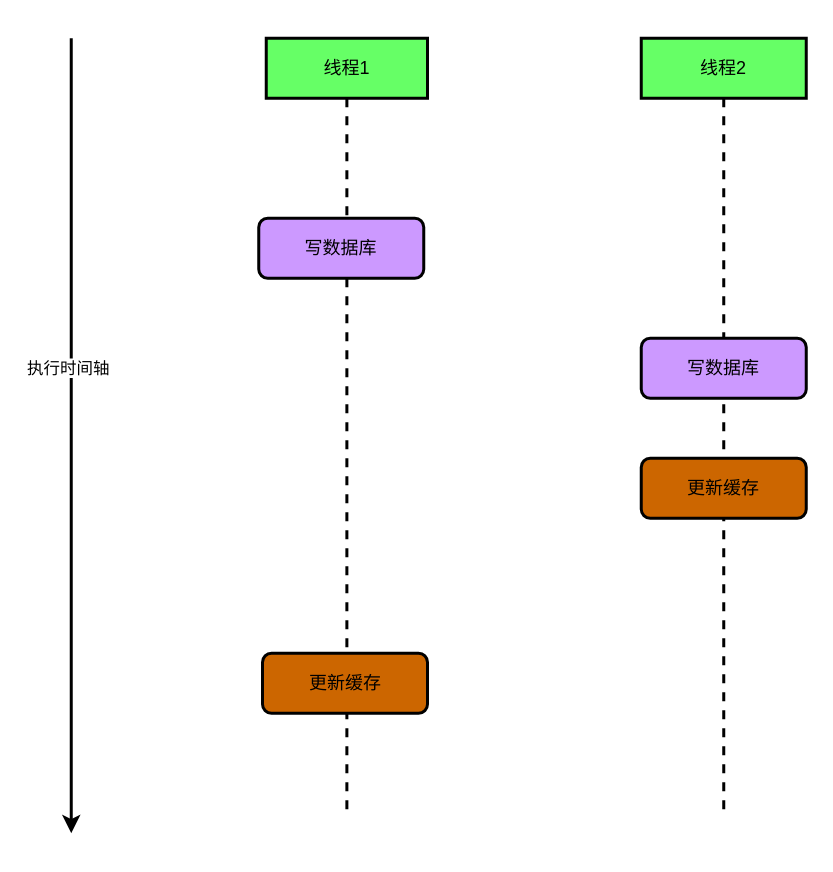
This is page "双写不一致情况" (1 of 2) of redis/缓存与数据库双写不一致.drawio from LiHuiBin1995/study-java, a draw.io file, before an edit. Source tidied: cells renumbered, new cells numbered last; positions are measured from the earlier drawing's top-left corner, leaving out a move shared by most shapes. Both pictures are drawn from the tidied source at 150%, with x=0, y=0 at pixel (70, 38).
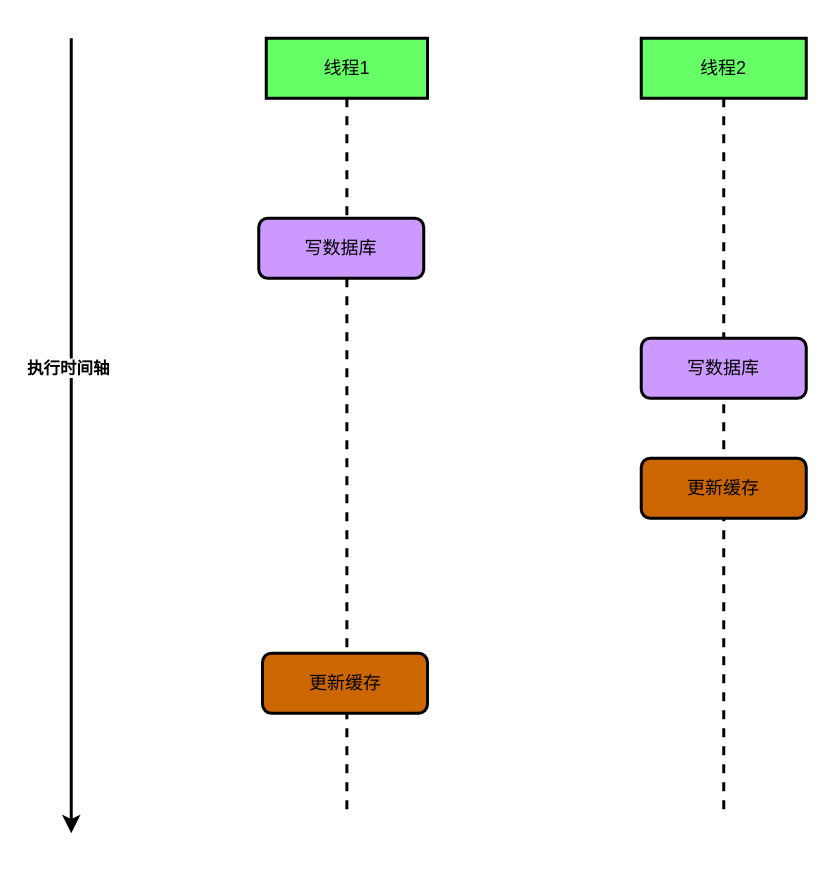
After the change.

The edit, as a diff of the source:
```diff
@@
 <mxGraphModel>
   <root>
     <mxCell id="0" />
     <mxCell id="1" parent="0" />
     <mxCell id="2" style="endArrow=classic;html=1;strokeWidth=2;" parent="1" edge="1">
       <mxGeometry relative="1" as="geometry">
         <mxPoint as="sourcePoint" />
         <mxPoint y="530" as="targetPoint" />
       </mxGeometry>
     </mxCell>
-    <mxCell id="3" value="执行时间轴" style="edgeLabel;html=1;align=center;verticalAlign=middle;" parent="2" vertex="1">
+    <mxCell id="3" value="执行时间轴" style="edgeLabel;html=1;align=center;verticalAlign=middle;fontStyle=1;" parent="2" vertex="1">
       <mxGeometry x="-0.23" y="-3" relative="1" as="geometry">
         <mxPoint y="15" as="offset" />
       </mxGeometry>
     </mxCell>
     <mxCell id="4" value="线程1" style="shape=umlLifeline;perimeter=lifelinePerimeter;whiteSpace=wrap;html=1;fillColor=#66FF66;strokeWidth=2;" parent="1" vertex="1">
       <mxGeometry x="130" width="107.5" height="520" as="geometry" />
     </mxCell>
     <mxCell id="5" value="写数据库" style="rounded=1;whiteSpace=wrap;html=1;fillColor=#CC99FF;strokeWidth=2;" parent="4" vertex="1">
       <mxGeometry x="-5" y="120" width="110" height="40" as="geometry" />
     </mxCell>
     <mxCell id="6" value="更新缓存" style="rounded=1;whiteSpace=wrap;html=1;fillColor=#CC6600;strokeWidth=2;" parent="4" vertex="1">
       <mxGeometry x="-2.5" y="410" width="110" height="40" as="geometry" />
     </mxCell>
     <mxCell id="7" value="线程2" style="shape=umlLifeline;perimeter=lifelinePerimeter;whiteSpace=wrap;html=1;fillColor=#66FF66;strokeWidth=2;" parent="1" vertex="1">
       <mxGeometry x="380" width="110" height="520" as="geometry" />
     </mxCell>
     <mxCell id="8" value="写数据库" style="rounded=1;whiteSpace=wrap;html=1;fillColor=#CC99FF;strokeWidth=2;" parent="7" vertex="1">
       <mxGeometry y="200" width="110" height="40" as="geometry" />
     </mxCell>
     <mxCell id="9" value="更新缓存" style="rounded=1;whiteSpace=wrap;html=1;fillColor=#CC6600;strokeWidth=2;" parent="7" vertex="1">
       <mxGeometry y="280" width="110" height="40" as="geometry" />
     </mxCell>
   </root>
 </mxGraphModel>
```
